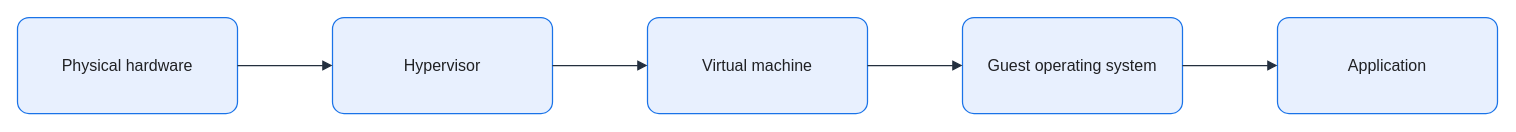
The draw.io diagram assets/img/virtualization/virtualization-model.drawio in KKamJi98/kkamji98.github.io, before the edit. Source tidied: cells renumbered, new cells numbered last; positions are measured from the earlier drawing's top-left corner, leaving out a move shared by most shapes. Both pictures are drawn from the tidied source at 100%, with x=0, y=0 at pixel (17, 17).
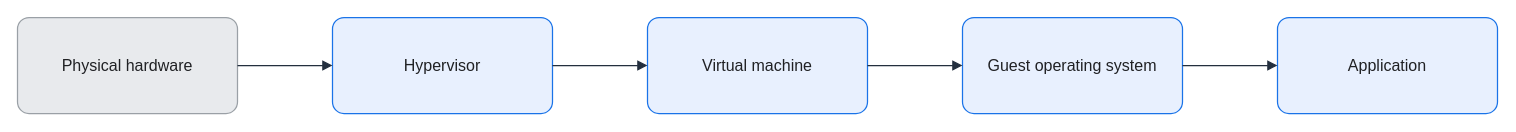
After the change.

Diff of the diagram source:
```diff
@@
 <mxGraphModel background="#FFFFFF">
   <root>
     <mxCell id="0" />
     <mxCell id="1" parent="0" />
-    <mxCell id="2" value="Physical hardware" style="rounded=1;arcSize=12;whiteSpace=wrap;html=0;fillColor=#E8F0FE;strokeColor=#1A73E8;strokeWidth=1.25;fontColor=#202124;fontSize=16;align=center;verticalAlign=middle;spacing=8;shadow=0;" parent="1" vertex="1">
+    <mxCell id="2" value="Physical hardware" style="rounded=1;arcSize=12;whiteSpace=wrap;html=0;fillColor=#E8EAED;strokeColor=#9AA0A6;strokeWidth=1.25;fontColor=#202124;fontSize=16;align=center;verticalAlign=middle;spacing=8;shadow=0;" parent="1" vertex="1">
       <mxGeometry width="220" height="96" as="geometry" />
     </mxCell>
     <mxCell id="3" value="Hypervisor" style="rounded=1;arcSize=12;whiteSpace=wrap;html=0;fillColor=#E8F0FE;strokeColor=#1A73E8;strokeWidth=1.25;fontColor=#202124;fontSize=16;align=center;verticalAlign=middle;spacing=8;shadow=0;" parent="1" vertex="1">
       <mxGeometry x="315" width="220" height="96" as="geometry" />
     </mxCell>
     <mxCell id="4" value="Virtual machine" style="rounded=1;arcSize=12;whiteSpace=wrap;html=0;fillColor=#E8F0FE;strokeColor=#1A73E8;strokeWidth=1.25;fontColor=#202124;fontSize=16;align=center;verticalAlign=middle;spacing=8;shadow=0;" parent="1" vertex="1">
       <mxGeometry x="630" width="220" height="96" as="geometry" />
     </mxCell>
     <mxCell id="5" value="Guest operating system" style="rounded=1;arcSize=12;whiteSpace=wrap;html=0;fillColor=#E8F0FE;strokeColor=#1A73E8;strokeWidth=1.25;fontColor=#202124;fontSize=16;align=center;verticalAlign=middle;spacing=8;shadow=0;" parent="1" vertex="1">
       <mxGeometry x="945" width="220" height="96" as="geometry" />
     </mxCell>
     <mxCell id="6" value="Application" style="rounded=1;arcSize=12;whiteSpace=wrap;html=0;fillColor=#E8F0FE;strokeColor=#1A73E8;strokeWidth=1.25;fontColor=#202124;fontSize=16;align=center;verticalAlign=middle;spacing=8;shadow=0;" parent="1" vertex="1">
       <mxGeometry x="1260" width="220" height="96" as="geometry" />
     </mxCell>
     <mxCell id="7" style="edgeStyle=orthogonalEdgeStyle;rounded=0;jettySize=auto;html=0;endArrow=block;endFill=1;strokeColor=#232F3E;strokeWidth=1.25;fontColor=#202124;labelBackgroundColor=none;exitX=1;exitY=0.5;exitDx=0;exitDy=0;entryX=0;entryY=0.5;entryDx=0;entryDy=0;endSize=7;" parent="1" edge="1" source="2" target="3">
       <mxGeometry relative="1" as="geometry" />
     </mxCell>
     <mxCell id="8" style="edgeStyle=orthogonalEdgeStyle;rounded=0;jettySize=auto;html=0;endArrow=block;endFill=1;strokeColor=#232F3E;strokeWidth=1.25;fontColor=#202124;labelBackgroundColor=none;exitX=1;exitY=0.5;exitDx=0;exitDy=0;entryX=0;entryY=0.5;entryDx=0;entryDy=0;endSize=7;" parent="1" edge="1" source="3" target="4">
       <mxGeometry relative="1" as="geometry" />
     </mxCell>
     <mxCell id="9" style="edgeStyle=orthogonalEdgeStyle;rounded=0;jettySize=auto;html=0;endArrow=block;endFill=1;strokeColor=#232F3E;strokeWidth=1.25;fontColor=#202124;labelBackgroundColor=none;exitX=1;exitY=0.5;exitDx=0;exitDy=0;entryX=0;entryY=0.5;entryDx=0;entryDy=0;endSize=7;" parent="1" edge="1" source="4" target="5">
       <mxGeometry relative="1" as="geometry" />
     </mxCell>
     <mxCell id="10" style="edgeStyle=orthogonalEdgeStyle;rounded=0;jettySize=auto;html=0;endArrow=block;endFill=1;strokeColor=#232F3E;strokeWidth=1.25;fontColor=#202124;labelBackgroundColor=none;exitX=1;exitY=0.5;exitDx=0;exitDy=0;entryX=0;entryY=0.5;entryDx=0;entryDy=0;endSize=7;" parent="1" edge="1" source="5" target="6">
       <mxGeometry relative="1" as="geometry" />
     </mxCell>
   </root>
 </mxGraphModel>
```
